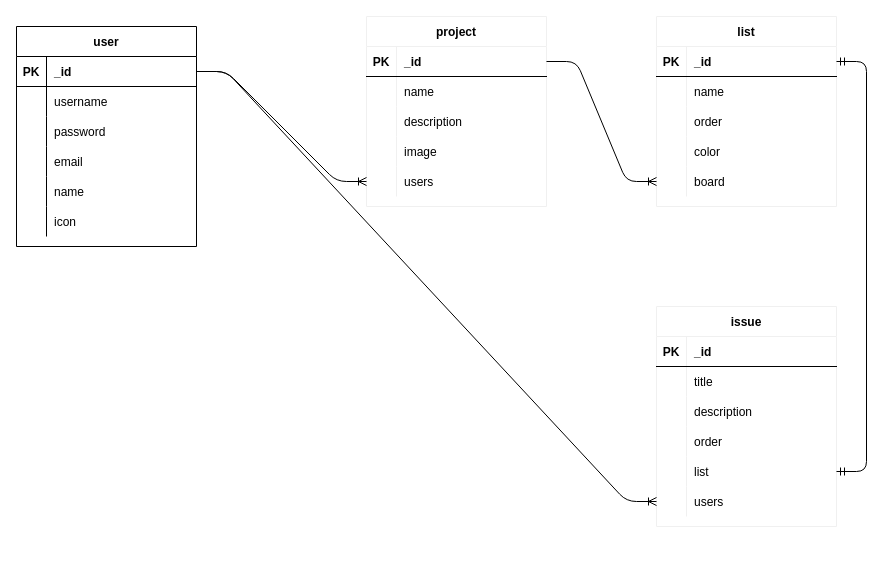
The draw.io diagram backend/database.drawio in Victin09/vira-project-manager, before the edit. Source tidied: cells renumbered, new cells numbered last; positions are measured from the earlier drawing's top-left corner, leaving out a move shared by most shapes. Both pictures are drawn from the tidied source at 100%, with x=0, y=0 at pixel (16, 16).
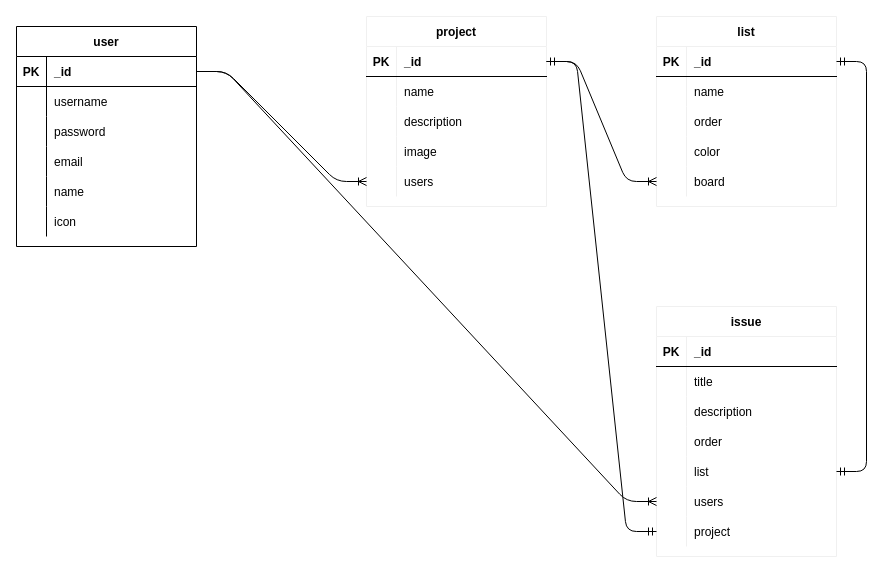
The same diagram, later.

The change refers to these unchanged cells:
```xml
<mxCell id="22" style="shape=partialRectangle;fillColor=none;top=0;left=0;bottom=1;right=0;points=[[0,0.5],[1,0.5]];portConstraint=eastwest;" parent="21" vertex="1">
  <mxGeometry y="30" width="180" height="30" as="geometry" />
</mxCell>
```

Change to the diagram source:
```diff
@@
     <mxCell id="55" value="issue" style="shape=table;startSize=30;childLayout=tableLayout;rowLines=0;fontStyle=1;align=center;strokeColor=#f0f0f0;" parent="1" vertex="1">
-      <mxGeometry x="640" y="290" width="180" height="220" as="geometry" />
+      <mxGeometry x="640" y="290" width="180" height="250" as="geometry" />
     </mxCell>
@@
+    <mxCell id="76" style="shape=partialRectangle;fillColor=none;top=0;left=0;bottom=0;right=0;points=[[0,0.5],[1,0.5]];portConstraint=eastwest;" parent="55" vertex="1">
+      <mxGeometry y="210" width="180" height="30" as="geometry" />
+    </mxCell>
+    <mxCell id="77" style="shape=partialRectangle;fillColor=none;top=0;left=0;bottom=0;right=0;overflow=hidden;" parent="76" vertex="1">
+      <mxGeometry width="30" height="30" as="geometry" />
+    </mxCell>
+    <mxCell id="78" value="project" style="shape=partialRectangle;fillColor=none;top=0;left=0;bottom=0;right=0;align=left;spacingLeft=6;overflow=hidden;" parent="76" vertex="1">
+      <mxGeometry x="30" width="150" height="30" as="geometry" />
+    </mxCell>
@@
+    <mxCell id="79" style="edgeStyle=entityRelationEdgeStyle;fontSize=12;html=1;endArrow=ERmandOne;startArrow=ERmandOne;exitX=1;exitY=0.5;exitDx=0;exitDy=0;entryX=0;entryY=0.5;entryDx=0;entryDy=0;" parent="1" edge="1" source="22" target="76">
+      <mxGeometry relative="1" as="geometry" />
+    </mxCell>
```
